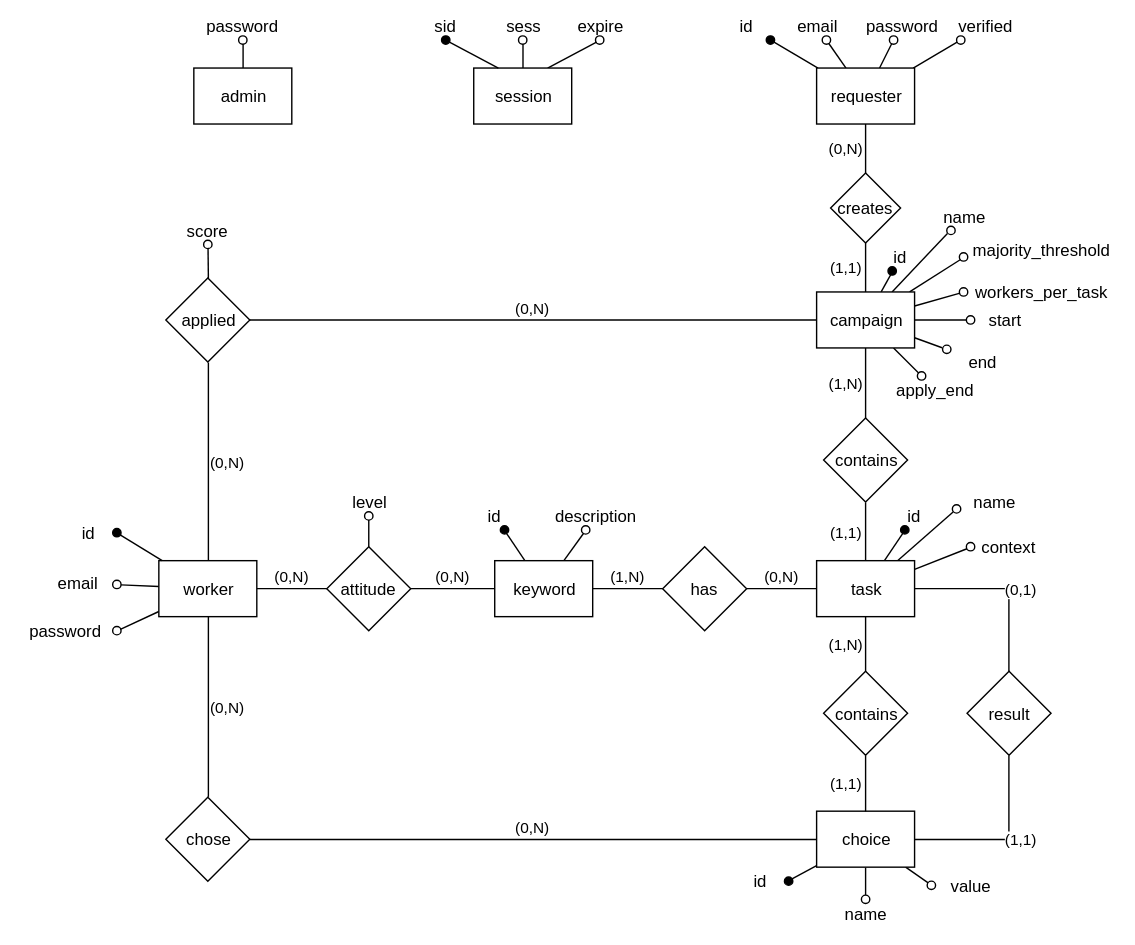
Before: progetto/ER.svg, a diagram exported from draw.io (antonkojin/crowdSource). Source tidied: cells renumbered, new cells last; positions are measured from the earlier drawing's top-left corner, leaving out a move shared by most shapes.
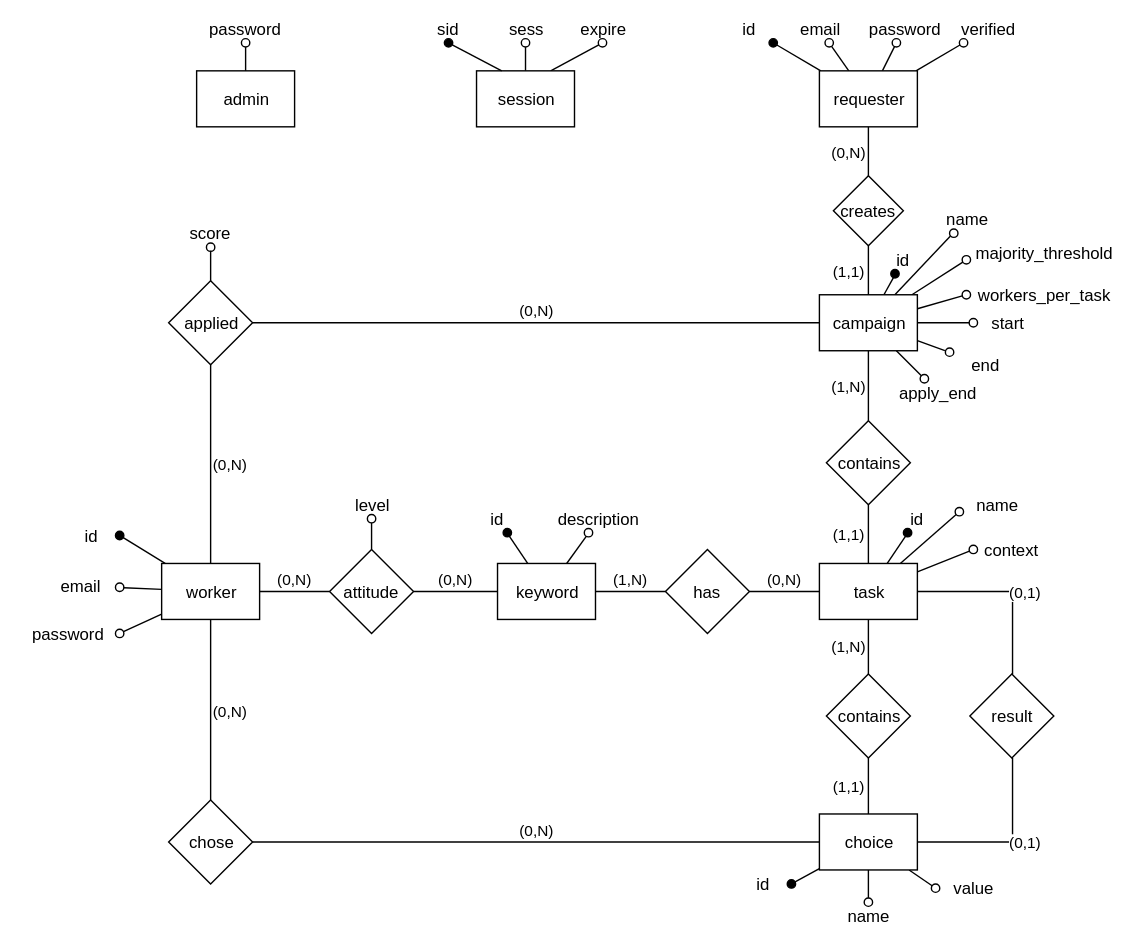
Later version of the same file.

The edit, as a diff of the source:
```diff
@@ -155,7 +155,7 @@
     <mxCell id="52" value="has&lt;br&gt;" style="rhombus;whiteSpace=wrap;html=1;" parent="1" vertex="1">
       <mxGeometry x="465" y="382" width="60" height="60" as="geometry" />
     </mxCell>
-    <mxCell id="53" value="(1,1)" style="edgeStyle=orthogonalEdgeStyle;rounded=0;html=1;exitX=0.5;exitY=1;entryX=1;entryY=0.5;endArrow=none;endFill=0;jettySize=auto;strokeColor=#000000;labelPosition=right;verticalLabelPosition=middle;align=left;verticalAlign=middle;" parent="1" edge="1" source="54" target="36">
+    <mxCell id="53" value="(0,1)" style="edgeStyle=orthogonalEdgeStyle;rounded=0;html=1;exitX=0.5;exitY=1;entryX=1;entryY=0.5;endArrow=none;endFill=0;jettySize=auto;strokeColor=#000000;labelPosition=right;verticalLabelPosition=middle;align=left;verticalAlign=middle;" parent="1" edge="1" source="54" target="36">
       <mxGeometry relative="1" as="geometry" />
     </mxCell>
     <mxCell id="54" value="result&lt;br&gt;" style="rhombus;whiteSpace=wrap;html=1;" parent="1" vertex="1">
```
